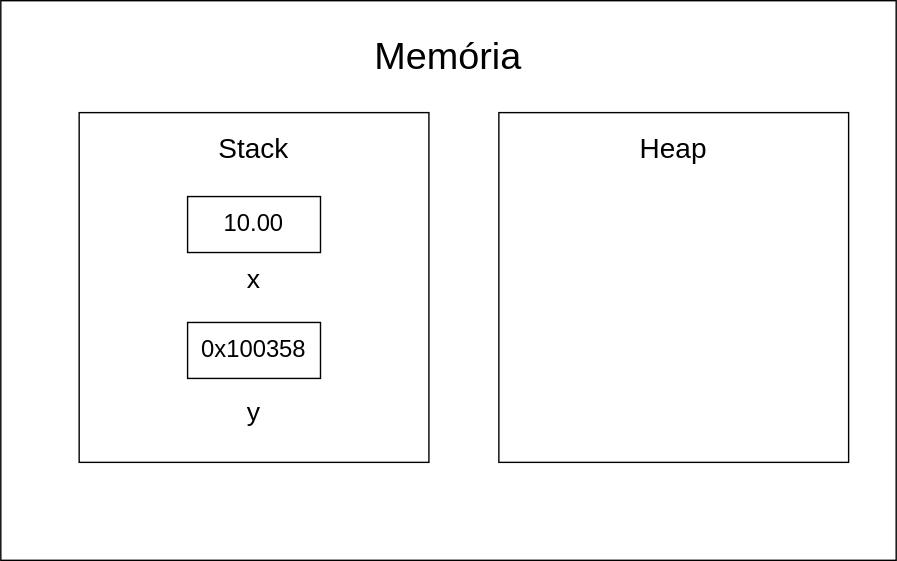
Earlier version of the draw.io export images/usingMemoryStack.svg (DevVitorSilva/contentToStudyJava). Source tidied: cells renumbered, new cells last; positions are measured from the earlier drawing's top-left corner, leaving out a move shared by most shapes.
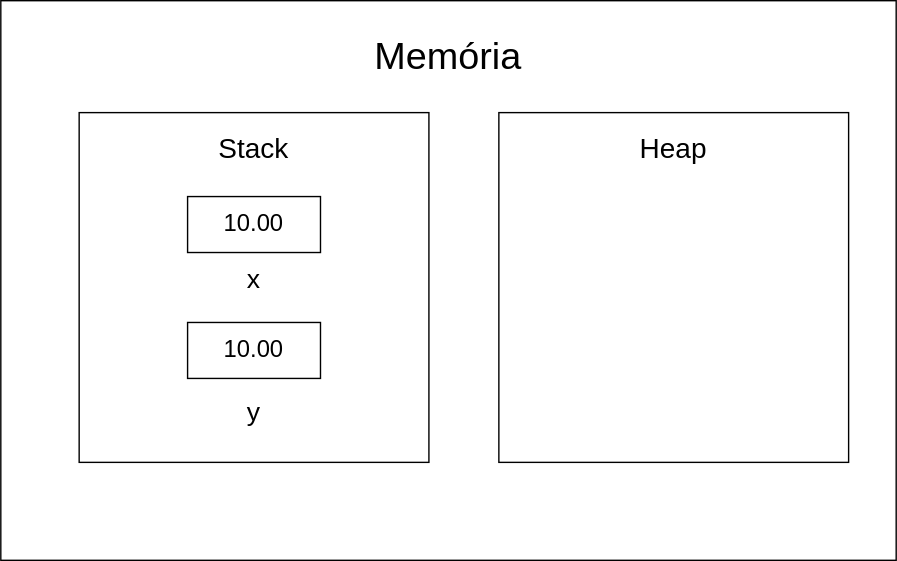
After the commit.

The edit, as a diff of the source:
```diff
@@ -35,7 +35,7 @@
     <mxCell id="12" value="y" style="text;html=1;strokeColor=none;fillColor=none;align=center;verticalAlign=middle;whiteSpace=wrap;rounded=0;fontSize=19;" parent="1" vertex="1">
       <mxGeometry x="151" y="280" width="60" height="30" as="geometry" />
     </mxCell>
-    <mxCell id="13" value="0x100358" style="text;html=1;strokeColor=none;fillColor=none;align=center;verticalAlign=middle;whiteSpace=wrap;rounded=0;fontSize=17;" parent="1" vertex="1">
+    <mxCell id="13" value="10.00" style="text;html=1;strokeColor=none;fillColor=none;align=center;verticalAlign=middle;whiteSpace=wrap;rounded=0;fontSize=17;" parent="1" vertex="1">
       <mxGeometry x="151" y="235" width="60" height="30" as="geometry" />
     </mxCell>
   </root>
```
